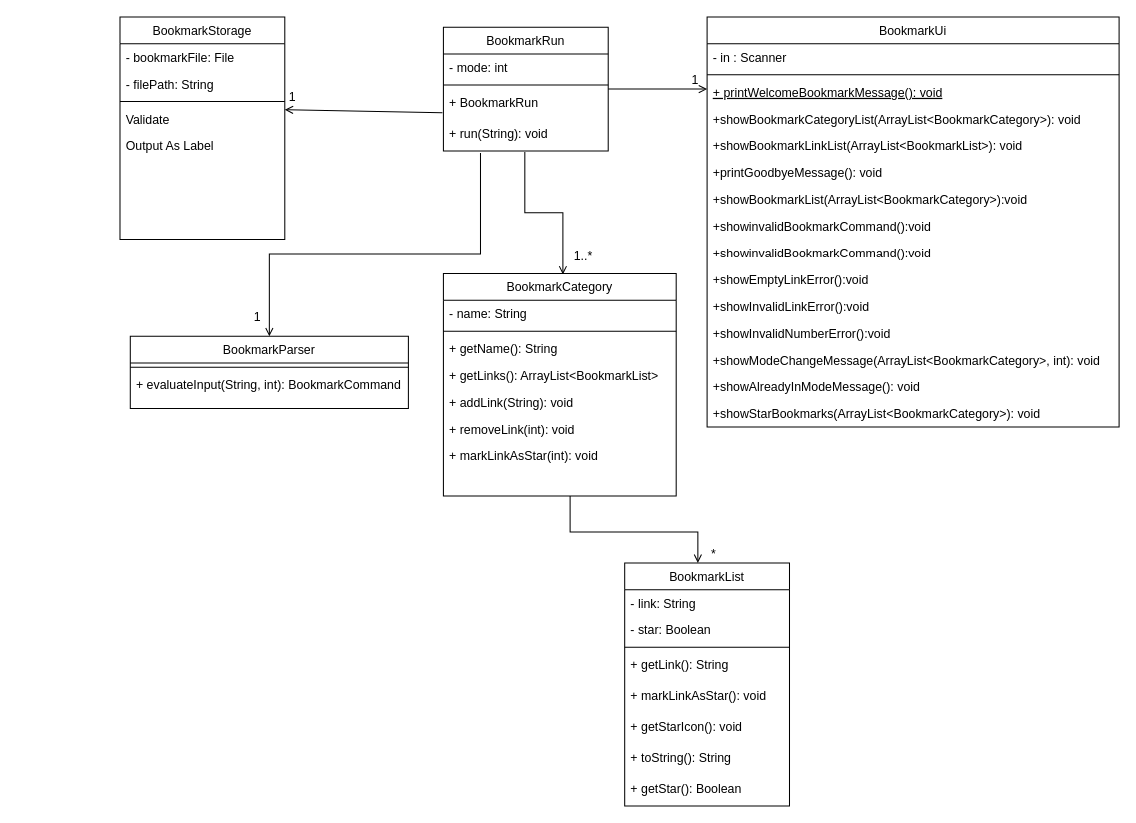
Before: Bookmark_ClassDiagram.drawio in nus-cs2113-AY2021S1/tp, a draw.io diagram. Source tidied: cells renumbered, new cells numbered last; positions are measured from the earlier drawing's top-left corner, leaving out a move shared by most shapes. Both pictures are drawn from the tidied source at 103%, with x=0, y=0 at pixel (119, 16).
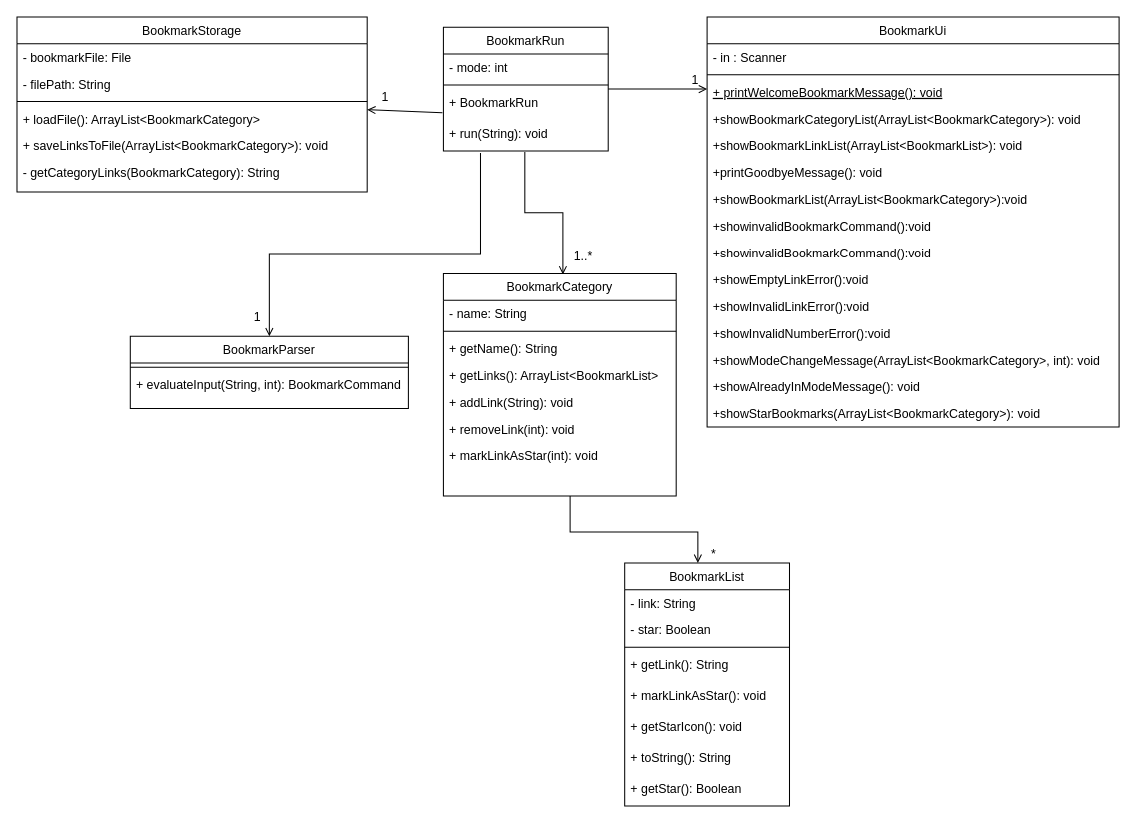
Above is the later version.

Unchanged cells that the change refers to:
```xml
<mxCell id="33" value="+ BookmarkRun" style="text;align=left;verticalAlign=top;spacingLeft=4;spacingRight=4;overflow=hidden;points=[[0,0.5],[1,0.5]];portConstraint=eastwest;" parent="30" vertex="1">
  <mxGeometry y="60" width="160" height="30" as="geometry" />
</mxCell>
```

Diff of the diagram source:
```diff
@@
     <mxCell id="4" value="BookmarkStorage" style="swimlane;fontStyle=0;align=center;verticalAlign=top;horizontal=1;startSize=26;rounded=0;shadow=0;strokeWidth=1;" parent="1" vertex="1">
-      <mxGeometry width="160" height="216" as="geometry" />
+      <mxGeometry x="-100" width="340" height="170" as="geometry" />
     </mxCell>
     <mxCell id="5" value="- bookmarkFile: File" style="text;align=left;verticalAlign=top;spacingLeft=4;spacingRight=4;overflow=hidden;" parent="4" vertex="1">
-      <mxGeometry y="26" width="160" height="26" as="geometry" />
+      <mxGeometry y="26" width="340" height="26" as="geometry" />
     </mxCell>
     <mxCell id="6" value="- filePath: String" style="text;align=left;verticalAlign=top;spacingLeft=4;spacingRight=4;overflow=hidden;rounded=0;shadow=0;html=0;" parent="4" vertex="1">
-      <mxGeometry y="52" width="160" height="26" as="geometry" />
+      <mxGeometry y="52" width="340" height="26" as="geometry" />
     </mxCell>
     <mxCell id="7" style="line;html=1;strokeWidth=1;align=left;verticalAlign=middle;spacingTop=-1;spacingLeft=3;spacingRight=3;labelPosition=right;" parent="4" vertex="1">
-      <mxGeometry y="78" width="160" height="8" as="geometry" />
+      <mxGeometry y="78" width="340" height="8" as="geometry" />
     </mxCell>
-    <mxCell id="8" value="Validate" style="text;align=left;verticalAlign=top;spacingLeft=4;spacingRight=4;overflow=hidden;" parent="4" vertex="1">
-      <mxGeometry y="86" width="160" height="26" as="geometry" />
+    <mxCell id="8" value="+ loadFile(): ArrayList&lt;BookmarkCategory&gt;" style="text;align=left;verticalAlign=top;spacingLeft=4;spacingRight=4;overflow=hidden;" parent="4" vertex="1">
+      <mxGeometry y="86" width="340" height="26" as="geometry" />
     </mxCell>
-    <mxCell id="9" value="Output As Label" style="text;align=left;verticalAlign=top;spacingLeft=4;spacingRight=4;overflow=hidden;" parent="4" vertex="1">
-      <mxGeometry y="112" width="160" height="26" as="geometry" />
+    <mxCell id="9" value="+ saveLinksToFile(ArrayList&lt;BookmarkCategory&gt;): void" style="text;align=left;verticalAlign=top;spacingLeft=4;spacingRight=4;overflow=hidden;" parent="4" vertex="1">
+      <mxGeometry y="112" width="340" height="26" as="geometry" />
     </mxCell>
+    <mxCell id="59" value="- getCategoryLinks(BookmarkCategory): String" style="text;align=left;verticalAlign=top;spacingLeft=4;spacingRight=4;overflow=hidden;" parent="4" vertex="1">
+      <mxGeometry y="138" width="340" height="26" as="geometry" />
+    </mxCell>
@@
-    <mxCell id="35" style="endArrow=open;html=1;endFill=0;exitX=-0.006;exitY=0.767;exitDx=0;exitDy=0;entryX=1;entryY=0.5;entryDx=0;entryDy=0;exitPerimeter=0;" parent="1" edge="1" source="33">
+    <mxCell id="35" style="endArrow=open;html=1;endFill=0;exitX=-0.006;exitY=0.767;exitDx=0;exitDy=0;exitPerimeter=0;" parent="1" edge="1" source="33">
       <mxGeometry relative="1" as="geometry">
-        <mxPoint x="160" y="90" as="targetPoint" />
+        <mxPoint x="240" y="90" as="targetPoint" />
       </mxGeometry>
     </mxCell>
     <mxCell id="36" value="1" style="align=right;verticalAlign=bottom;labelBackgroundColor=none;fontSize=12;" parent="1" vertex="1">
-      <mxGeometry x="220" as="geometry">
+      <mxGeometry x="310" as="geometry">
         <mxPoint x="-48" y="86" as="offset" />
       </mxGeometry>
     </mxCell>
```
